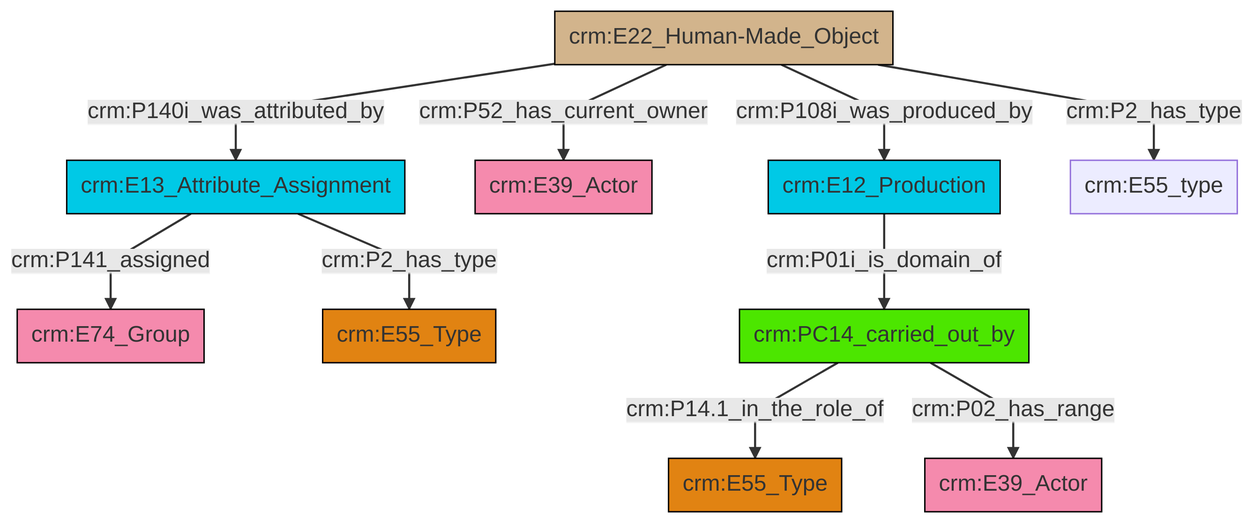
Above: et/builtWorkCSV/ttl/mmd/png/Built_Work_actor_relations.png in swiss-art-research-net/docs.swissartresearch (Mermaid), before the change. Its source is kept beside it as et/builtWorkCSV/ttl/mmd/Built_Work_actor_relations.ttl.mmd.
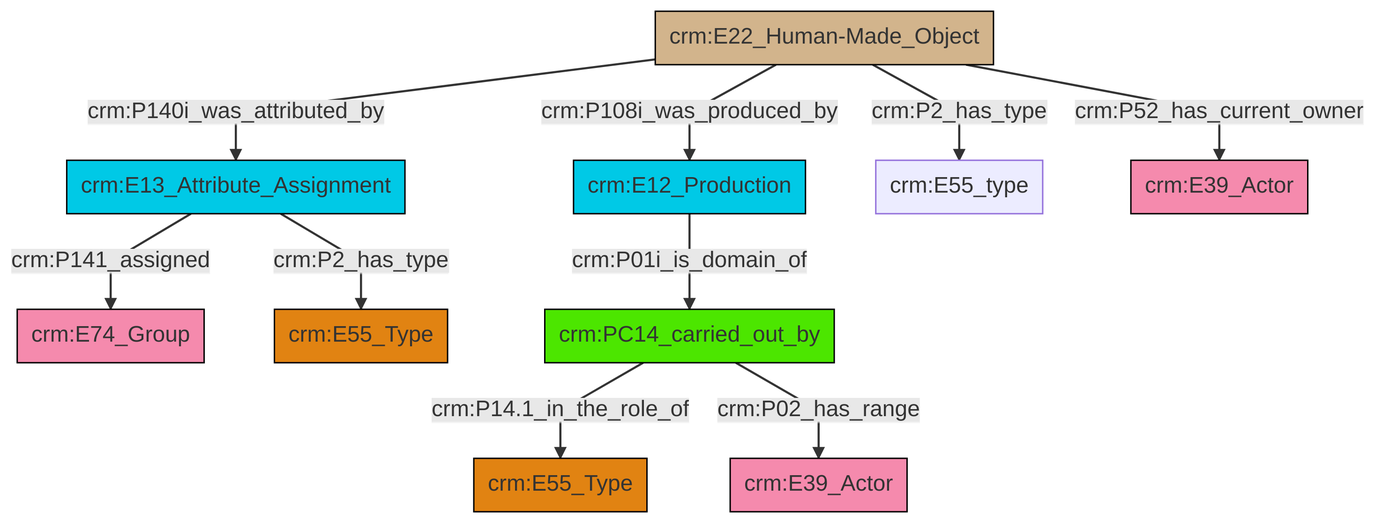
After the commit.

What changed in the source:
```diff
@@ -13,12 +13,12 @@
 classDef PC_Classes fill:#4ce600, stroke:#000000;
 classDef Multi fill:#cccccc,stroke:#000000;
 
-4["crm:PC14_carried_out_by"]:::PC_Classes -->|crm:P14.1_in_the_role_of| 5["crm:E55_Type"]:::Type
-8["crm:E22_Human-Made_Object"]:::Physical_Thing -->|crm:P140i_was_attributed_by| 2["crm:E13_Attribute_Assignment"]:::Temporal_Entity
-2["crm:E13_Attribute_Assignment"]:::Temporal_Entity -->|crm:P141_assigned| 0["crm:E74_Group"]:::Actor
-2["crm:E13_Attribute_Assignment"]:::Temporal_Entity -->|crm:P2_has_type| 11["crm:E55_Type"]:::Type
-8["crm:E22_Human-Made_Object"]:::Physical_Thing -->|crm:P52_has_current_owner| 6["crm:E39_Actor"]:::Actor
-8["crm:E22_Human-Made_Object"]:::Physical_Thing -->|crm:P108i_was_produced_by| 15["crm:E12_Production"]:::Temporal_Entity
-8["crm:E22_Human-Made_Object"]:::Physical_Thing -->|crm:P2_has_type| 18["crm:E55_type"]:::Default
-4["crm:PC14_carried_out_by"]:::PC_Classes -->|crm:P02_has_range| 13["crm:E39_Actor"]:::Actor
-15["crm:E12_Production"]:::Temporal_Entity -->|crm:P01i_is_domain_of| 4["crm:PC14_carried_out_by"]:::PC_Classes
+0["crm:E13_Attribute_Assignment"]:::Temporal_Entity -->|crm:P141_assigned| 1["crm:E74_Group"]:::Actor
+2["crm:E22_Human-Made_Object"]:::Physical_Thing -->|crm:P140i_was_attributed_by| 0["crm:E13_Attribute_Assignment"]:::Temporal_Entity
+2["crm:E22_Human-Made_Object"]:::Physical_Thing -->|crm:P108i_was_produced_by| 6["crm:E12_Production"]:::Temporal_Entity
+2["crm:E22_Human-Made_Object"]:::Physical_Thing -->|crm:P2_has_type| 9["crm:E55_type"]:::Default
+0["crm:E13_Attribute_Assignment"]:::Temporal_Entity -->|crm:P2_has_type| 4["crm:E55_Type"]:::Type
+2["crm:E22_Human-Made_Object"]:::Physical_Thing -->|crm:P52_has_current_owner| 11["crm:E39_Actor"]:::Actor
+6["crm:E12_Production"]:::Temporal_Entity -->|crm:P01i_is_domain_of| 17["crm:PC14_carried_out_by"]:::PC_Classes
+17["crm:PC14_carried_out_by"]:::PC_Classes -->|crm:P14.1_in_the_role_of| 18["crm:E55_Type"]:::Type
+17["crm:PC14_carried_out_by"]:::PC_Classes -->|crm:P02_has_range| 14["crm:E39_Actor"]:::Actor
```
